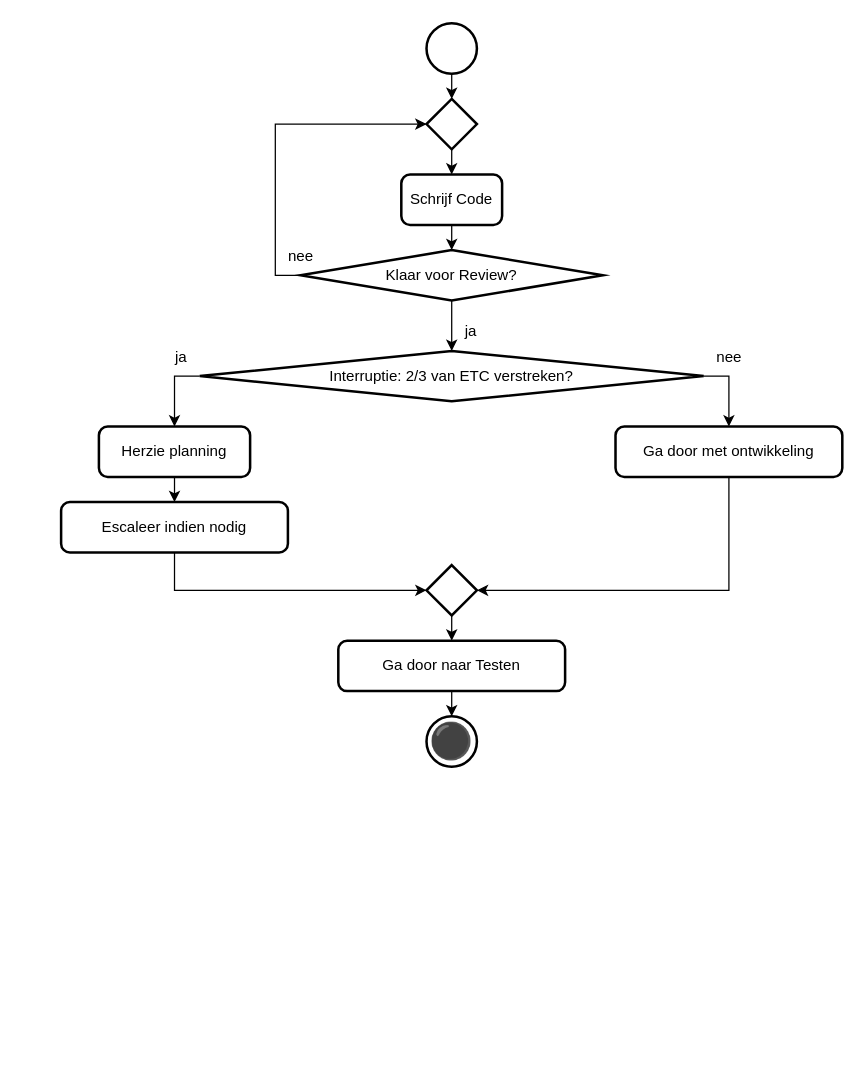
Earlier version of the draw.io diagram 4 Issue Tracker implementatie.drawio (Zaibatsu89/IssueTracker). Source tidied: cells renumbered, new cells numbered last; positions are measured from the earlier drawing's top-left corner, leaving out a move shared by most shapes. Both pictures are drawn from the tidied source at 126%, with x=0, y=0 at pixel (60, 23).
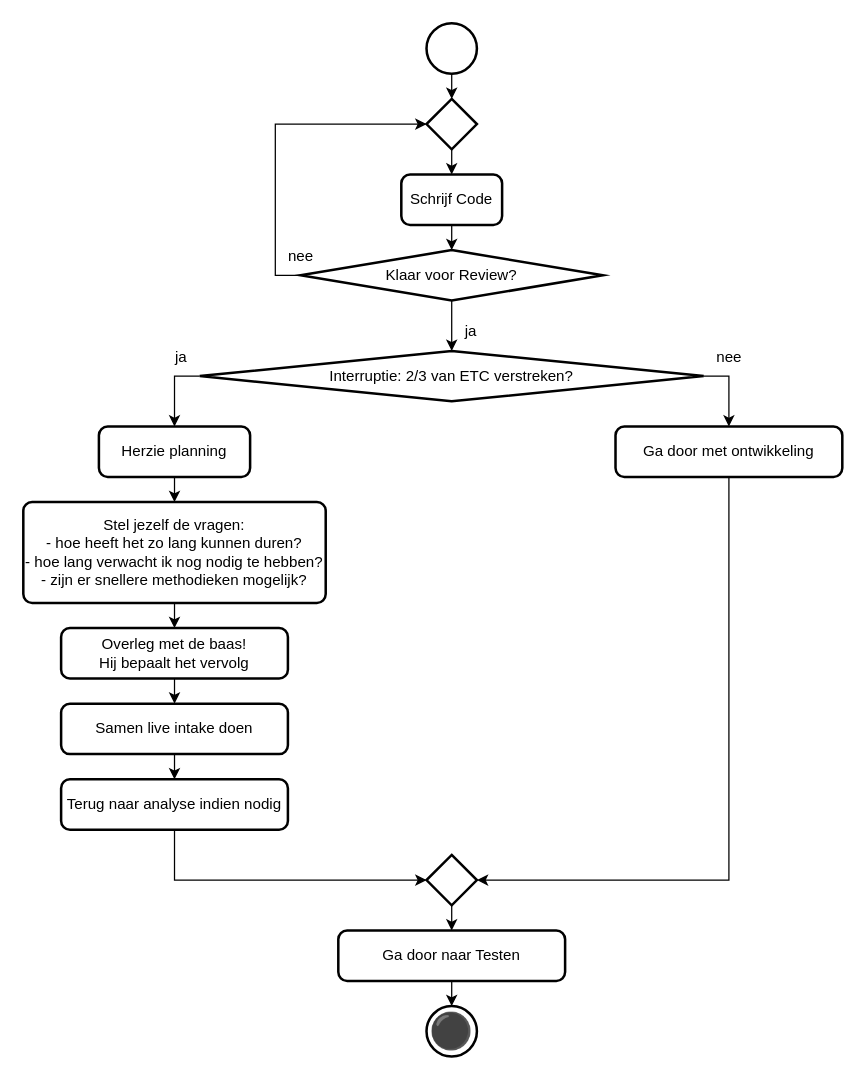
The same page after the edit.

Commit message:
breid 'Jeroen' uit in flowcharts

The change refers to these unchanged cells:
```xml
<mxCell id="17" value="Herzie planning" style="rounded=1;whiteSpace=wrap;html=1;absoluteArcSize=1;arcSize=14;strokeWidth=2;" parent="1" vertex="1">
  <mxGeometry x="30" y="320" width="120" height="40" as="geometry" />
</mxCell>
```

The edit, as a diff of the source:
```diff
@@
-    <mxCell id="16" style="edgeStyle=orthogonalEdgeStyle;rounded=0;jettySize=auto;html=1;exitX=0.5;exitY=1;exitDx=0;exitDy=0;entryX=0.5;entryY=0;entryDx=0;entryDy=0;" parent="1" edge="1" source="17" target="19">
-      <mxGeometry relative="1" as="geometry" />
-    </mxCell>
+    <mxCell id="29" style="edgeStyle=orthogonalEdgeStyle;rounded=0;jettySize=auto;html=1;exitX=0.5;exitY=1;exitDx=0;exitDy=0;entryX=0.5;entryY=0;entryDx=0;entryDy=0;" parent="1" edge="1" source="17" target="31">
+      <mxGeometry relative="1" as="geometry" />
+    </mxCell>
@@
-    <mxCell id="19" value="Escaleer indien nodig" style="rounded=1;whiteSpace=wrap;html=1;absoluteArcSize=1;arcSize=14;strokeWidth=2;" parent="1" vertex="1">
-      <mxGeometry y="380" width="180" height="40" as="geometry" />
+    <mxCell id="19" value="Terug naar analyse indien nodig" style="rounded=1;whiteSpace=wrap;html=1;absoluteArcSize=1;arcSize=14;strokeWidth=2;" parent="1" vertex="1">
+      <mxGeometry y="600" width="180" height="40" as="geometry" />
     </mxCell>
@@
     <mxCell id="23" style="strokeWidth=2;html=1;shape=mxgraph.flowchart.decision;whiteSpace=wrap;" parent="1" vertex="1">
-      <mxGeometry x="290" y="430" width="40" height="40" as="geometry" />
+      <mxGeometry x="290" y="660" width="40" height="40" as="geometry" />
     </mxCell>
@@
     <mxCell id="26" value="Ga door naar Testen" style="rounded=1;whiteSpace=wrap;html=1;absoluteArcSize=1;arcSize=14;strokeWidth=2;" parent="1" vertex="1">
-      <mxGeometry x="220" y="490" width="180" height="40" as="geometry" />
+      <mxGeometry x="220" y="720" width="180" height="40" as="geometry" />
     </mxCell>
     <mxCell id="27" value="⚫" style="strokeWidth=2;html=1;shape=mxgraph.flowchart.start_2;whiteSpace=wrap;fontSize=28;" parent="1" vertex="1">
-      <mxGeometry x="290" y="550" width="40" height="40" as="geometry" />
+      <mxGeometry x="290" y="780" width="40" height="40" as="geometry" />
     </mxCell>
@@
+    <mxCell id="30" style="edgeStyle=orthogonalEdgeStyle;rounded=0;jettySize=auto;html=1;exitX=0.5;exitY=1;exitDx=0;exitDy=0;entryX=0.5;entryY=0;entryDx=0;entryDy=0;" parent="1" edge="1" source="31" target="33">
+      <mxGeometry relative="1" as="geometry" />
+    </mxCell>
+    <mxCell id="31" value="Stel jezelf de vragen:&lt;div&gt;- hoe heeft het zo lang kunnen duren?&lt;/div&gt;&lt;div&gt;- hoe lang verwacht ik nog nodig te hebben?&lt;/div&gt;&lt;div&gt;- zijn er snellere methodieken mogelijk?&lt;/div&gt;" style="rounded=1;whiteSpace=wrap;html=1;absoluteArcSize=1;arcSize=14;strokeWidth=2;" parent="1" vertex="1">
+      <mxGeometry x="-30" y="380" width="240" height="80" as="geometry" />
+    </mxCell>
+    <mxCell id="32" style="edgeStyle=orthogonalEdgeStyle;rounded=0;jettySize=auto;html=1;exitX=0.5;exitY=1;exitDx=0;exitDy=0;entryX=0.5;entryY=0;entryDx=0;entryDy=0;" parent="1" edge="1" source="33" target="35">
+      <mxGeometry relative="1" as="geometry" />
+    </mxCell>
+    <mxCell id="33" value="Overleg met de baas!&lt;br&gt;Hij bepaalt het vervolg" style="rounded=1;whiteSpace=wrap;html=1;absoluteArcSize=1;arcSize=14;strokeWidth=2;" parent="1" vertex="1">
+      <mxGeometry y="480" width="180" height="40" as="geometry" />
+    </mxCell>
+    <mxCell id="34" style="edgeStyle=orthogonalEdgeStyle;rounded=0;jettySize=auto;html=1;exitX=0.5;exitY=1;exitDx=0;exitDy=0;entryX=0.5;entryY=0;entryDx=0;entryDy=0;" parent="1" edge="1" source="35" target="19">
+      <mxGeometry relative="1" as="geometry" />
+    </mxCell>
+    <mxCell id="35" value="Samen live intake doen" style="rounded=1;whiteSpace=wrap;html=1;absoluteArcSize=1;arcSize=14;strokeWidth=2;" parent="1" vertex="1">
+      <mxGeometry y="540" width="180" height="40" as="geometry" />
+    </mxCell>
```
